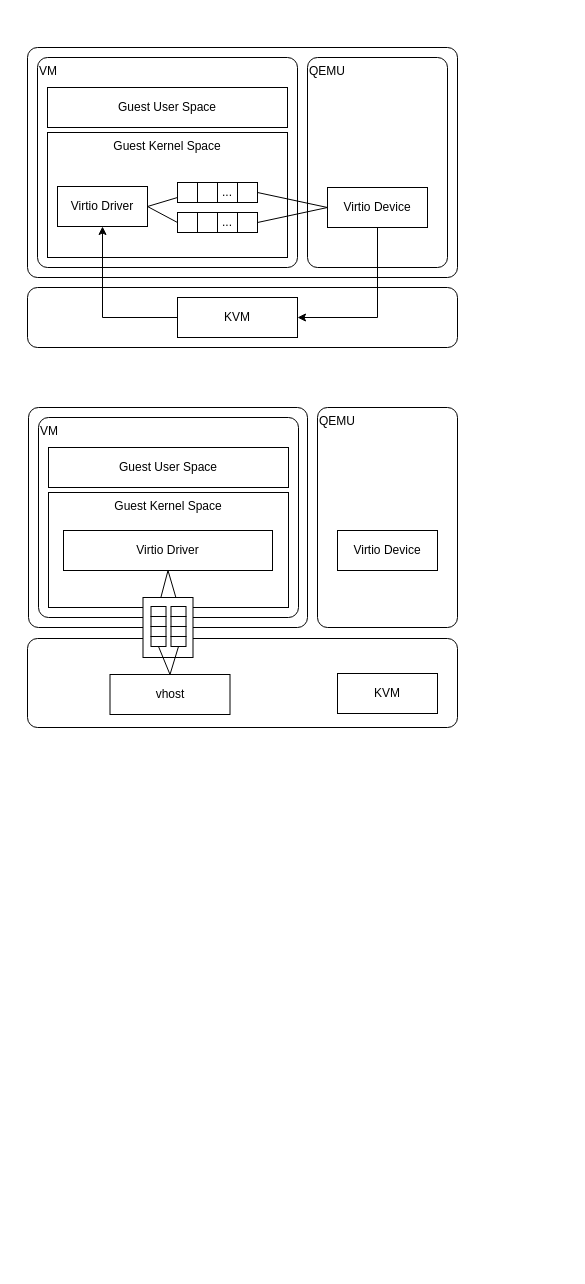
The draw.io diagram page "vhost" (6 of 6) of virtio.drawio in Aspiresky/draw.io, before the edit. Source tidied: cells renumbered, new cells numbered last; positions are measured from the earlier drawing's top-left corner, leaving out a move shared by most shapes. Both pictures are drawn from the tidied source at 100%, with x=0, y=0 at pixel (27, 47).
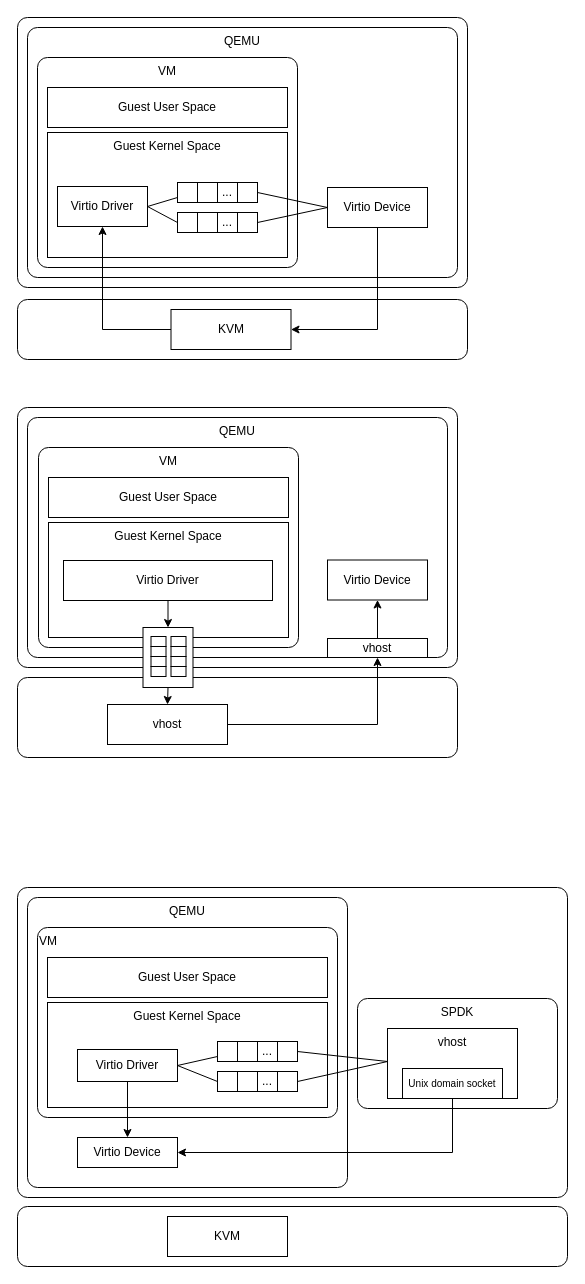
Above is the later version.

The change refers to these unchanged cells:
```xml
<mxCell id="21" value="Virtio Driver" style="rounded=0;whiteSpace=wrap;html=1;align=center;" parent="1" vertex="1">
  <mxGeometry x="30" y="139" width="90" height="40" as="geometry" />
</mxCell>
<mxCell id="32" value="Virtio Device" style="rounded=0;whiteSpace=wrap;html=1;" parent="1" vertex="1">
  <mxGeometry x="300" y="140" width="100" height="40" as="geometry" />
</mxCell>
<mxCell id="42" style="rounded=0;whiteSpace=wrap;html=1;" parent="1" vertex="1">
  <mxGeometry x="123.5" y="589" width="15" height="10" as="geometry" />
</mxCell>
<mxCell id="47" style="rounded=0;whiteSpace=wrap;html=1;" parent="1" vertex="1">
  <mxGeometry x="143.5" y="589" width="15" height="10" as="geometry" />
</mxCell>
```

Diff of the diagram source:
```diff
@@
-    <mxCell id="2" style="rounded=1;whiteSpace=wrap;html=1;absoluteArcSize=1;" parent="1" vertex="1">
-      <mxGeometry y="591" width="430" height="89" as="geometry" />
-    </mxCell>
-    <mxCell id="3" value="vhost" style="rounded=0;whiteSpace=wrap;html=1;" parent="1" vertex="1">
-      <mxGeometry x="82.5" y="627" width="120" height="40" as="geometry" />
-    </mxCell>
-    <mxCell id="4" value="KVM" style="rounded=0;whiteSpace=wrap;html=1;" parent="1" vertex="1">
-      <mxGeometry x="310" y="626" width="100" height="40" as="geometry" />
-    </mxCell>
-    <mxCell id="5" style="rounded=1;whiteSpace=wrap;html=1;absoluteArcSize=1;align=left;verticalAlign=middle;horizontal=1;textDirection=rtl;" parent="1" vertex="1">
-      <mxGeometry x="1" y="360" width="279" height="220" as="geometry" />
-    </mxCell>
-    <mxCell id="6" value="QEMU" style="rounded=1;whiteSpace=wrap;html=1;absoluteArcSize=1;align=left;verticalAlign=top;" parent="1" vertex="1">
-      <mxGeometry x="290" y="360" width="140" height="220" as="geometry" />
-    </mxCell>
-    <mxCell id="7" value="VM" style="rounded=1;whiteSpace=wrap;html=1;absoluteArcSize=1;align=left;verticalAlign=top;" parent="1" vertex="1">
-      <mxGeometry x="11" y="370" width="260" height="200" as="geometry" />
-    </mxCell>
-    <mxCell id="8" value="Guest User Space" style="rounded=0;whiteSpace=wrap;html=1;" parent="1" vertex="1">
-      <mxGeometry x="21" y="400" width="240" height="40" as="geometry" />
-    </mxCell>
-    <mxCell id="9" value="Guest Kernel Space" style="rounded=0;whiteSpace=wrap;html=1;verticalAlign=top;" parent="1" vertex="1">
-      <mxGeometry x="21" y="445" width="240" height="115" as="geometry" />
-    </mxCell>
-    <mxCell id="10" style="rounded=0;jettySize=auto;html=1;exitX=0.5;exitY=1;exitDx=0;exitDy=0;entryX=0.5;entryY=0;entryDx=0;entryDy=0;" parent="1" edge="1" source="12" target="38">
-      <mxGeometry relative="1" as="geometry" />
-    </mxCell>
-    <mxCell id="11" style="rounded=0;jettySize=auto;html=1;exitX=0.5;exitY=1;exitDx=0;exitDy=0;entryX=0.5;entryY=0;entryDx=0;entryDy=0;" parent="1" edge="1" source="12" target="43">
-      <mxGeometry relative="1" as="geometry" />
-    </mxCell>
-    <mxCell id="12" value="Virtio Driver" style="rounded=0;whiteSpace=wrap;html=1;align=center;" parent="1" vertex="1">
-      <mxGeometry x="36" y="483" width="209" height="40" as="geometry" />
-    </mxCell>
-    <mxCell id="13" value="Virtio Device" style="rounded=0;whiteSpace=wrap;html=1;" parent="1" vertex="1">
-      <mxGeometry x="310" y="483" width="100" height="40" as="geometry" />
-    </mxCell>
-    <mxCell id="14" style="rounded=1;whiteSpace=wrap;html=1;absoluteArcSize=1;align=left;verticalAlign=middle;horizontal=1;textDirection=rtl;" parent="1" vertex="1">
-      <mxGeometry width="430" height="230" as="geometry" />
-    </mxCell>
-    <mxCell id="15" value="QEMU" style="rounded=1;whiteSpace=wrap;html=1;absoluteArcSize=1;align=left;verticalAlign=top;" parent="1" vertex="1">
-      <mxGeometry x="280" y="10" width="140" height="210" as="geometry" />
-    </mxCell>
-    <mxCell id="16" value="VM" style="rounded=1;whiteSpace=wrap;html=1;absoluteArcSize=1;align=left;verticalAlign=top;" parent="1" vertex="1">
-      <mxGeometry x="10" y="10" width="260" height="210" as="geometry" />
-    </mxCell>
+    <mxCell id="48" style="rounded=1;whiteSpace=wrap;html=1;absoluteArcSize=1;" parent="1" vertex="1">
+      <mxGeometry x="-10" y="1159" width="550" height="60" as="geometry" />
+    </mxCell>
+    <mxCell id="49" value="KVM" style="rounded=0;whiteSpace=wrap;html=1;" parent="1" vertex="1">
+      <mxGeometry x="140" y="1169" width="120" height="40" as="geometry" />
+    </mxCell>
+    <mxCell id="50" style="rounded=1;whiteSpace=wrap;html=1;absoluteArcSize=1;" parent="1" vertex="1">
+      <mxGeometry x="-10" y="-30" width="450" height="270" as="geometry" />
+    </mxCell>
+    <mxCell id="51" value="QEMU" style="rounded=1;whiteSpace=wrap;html=1;absoluteArcSize=1;align=center;verticalAlign=top;horizontal=1;textDirection=rtl;" parent="1" vertex="1">
+      <mxGeometry y="-20" width="430" height="250" as="geometry" />
+    </mxCell>
+    <mxCell id="52" value="VM" style="rounded=1;whiteSpace=wrap;html=1;absoluteArcSize=1;align=center;verticalAlign=top;" parent="1" vertex="1">
+      <mxGeometry x="10" y="10" width="260" height="210" as="geometry" />
+    </mxCell>
@@
-    <mxCell id="33" style="rounded=1;whiteSpace=wrap;html=1;absoluteArcSize=1;" parent="1" vertex="1">
-      <mxGeometry y="240" width="430" height="60" as="geometry" />
-    </mxCell>
-    <mxCell id="34" style="edgeStyle=orthogonalEdgeStyle;rounded=0;jettySize=auto;html=1;exitX=0;exitY=0.5;exitDx=0;exitDy=0;entryX=0.5;entryY=1;entryDx=0;entryDy=0;" parent="1" edge="1" source="35" target="21">
-      <mxGeometry relative="1" as="geometry" />
-    </mxCell>
-    <mxCell id="35" value="KVM" style="rounded=0;whiteSpace=wrap;html=1;" parent="1" vertex="1">
-      <mxGeometry x="150" y="250" width="120" height="40" as="geometry" />
-    </mxCell>
-    <mxCell id="36" style="edgeStyle=orthogonalEdgeStyle;rounded=0;jettySize=auto;html=1;exitX=0.5;exitY=1;exitDx=0;exitDy=0;entryX=1;entryY=0.5;entryDx=0;entryDy=0;" parent="1" edge="1" target="35">
-      <mxGeometry relative="1" as="geometry">
-        <mxPoint x="350" y="180" as="sourcePoint" />
-        <Array as="points">
-          <mxPoint x="350" y="270" />
-        </Array>
-      </mxGeometry>
-    </mxCell>
-    <mxCell id="37" style="rounded=0;whiteSpace=wrap;html=1;absoluteArcSize=1;align=left;verticalAlign=top;" parent="1" vertex="1">
-      <mxGeometry x="115.5" y="550" width="50" height="60" as="geometry" />
-    </mxCell>
-    <mxCell id="38" style="rounded=0;whiteSpace=wrap;html=1;" parent="1" vertex="1">
-      <mxGeometry x="123.5" y="559" width="15" height="10" as="geometry" />
-    </mxCell>
-    <mxCell id="39" style="rounded=0;whiteSpace=wrap;html=1;" parent="1" vertex="1">
-      <mxGeometry x="123.5" y="569" width="15" height="10" as="geometry" />
-    </mxCell>
-    <mxCell id="40" style="rounded=0;whiteSpace=wrap;html=1;horizontal=1;verticalAlign=middle;" parent="1" vertex="1">
-      <mxGeometry x="123.5" y="579" width="15" height="10" as="geometry" />
-    </mxCell>
-    <mxCell id="41" style="rounded=0;jettySize=auto;html=1;exitX=0.5;exitY=1;exitDx=0;exitDy=0;entryX=0.5;entryY=0;entryDx=0;entryDy=0;endArrow=none;endFill=0;" parent="1" edge="1" source="42" target="3">
-      <mxGeometry relative="1" as="geometry" />
-    </mxCell>
+    <mxCell id="53" style="rounded=1;whiteSpace=wrap;html=1;absoluteArcSize=1;" parent="1" vertex="1">
+      <mxGeometry x="-10" y="252" width="450" height="60" as="geometry" />
+    </mxCell>
+    <mxCell id="54" style="edgeStyle=orthogonalEdgeStyle;rounded=0;jettySize=auto;html=1;exitX=0;exitY=0.5;exitDx=0;exitDy=0;entryX=0.5;entryY=1;entryDx=0;entryDy=0;" parent="1" edge="1" source="55" target="21">
+      <mxGeometry relative="1" as="geometry" />
+    </mxCell>
+    <mxCell id="55" value="KVM" style="rounded=0;whiteSpace=wrap;html=1;" parent="1" vertex="1">
+      <mxGeometry x="143.5" y="262" width="120" height="40" as="geometry" />
+    </mxCell>
+    <mxCell id="56" style="edgeStyle=orthogonalEdgeStyle;rounded=0;jettySize=auto;html=1;exitX=0.5;exitY=1;exitDx=0;exitDy=0;entryX=1;entryY=0.5;entryDx=0;entryDy=0;" parent="1" edge="1" source="32" target="55">
+      <mxGeometry relative="1" as="geometry">
+        <Array as="points">
+          <mxPoint x="350" y="282" />
+        </Array>
+      </mxGeometry>
+    </mxCell>
+    <mxCell id="57" style="rounded=1;whiteSpace=wrap;html=1;absoluteArcSize=1;" parent="1" vertex="1">
+      <mxGeometry x="-10" y="840" width="550" height="310" as="geometry" />
+    </mxCell>
+    <mxCell id="58" value="QEMU" style="rounded=1;whiteSpace=wrap;html=1;absoluteArcSize=1;align=center;verticalAlign=top;horizontal=1;textDirection=rtl;" parent="1" vertex="1">
+      <mxGeometry y="850" width="320" height="290" as="geometry" />
+    </mxCell>
+    <mxCell id="59" value="VM" style="rounded=1;whiteSpace=wrap;html=1;absoluteArcSize=1;align=left;verticalAlign=top;" parent="1" vertex="1">
+      <mxGeometry x="10" y="880" width="300" height="190" as="geometry" />
+    </mxCell>
+    <mxCell id="60" value="Guest User Space" style="rounded=0;whiteSpace=wrap;html=1;" parent="1" vertex="1">
+      <mxGeometry x="20" y="910" width="280" height="40" as="geometry" />
+    </mxCell>
+    <mxCell id="61" value="Guest Kernel Space" style="rounded=0;whiteSpace=wrap;html=1;verticalAlign=top;" parent="1" vertex="1">
+      <mxGeometry x="20" y="955" width="280" height="105" as="geometry" />
+    </mxCell>
+    <mxCell id="62" style="rounded=0;jettySize=auto;html=1;exitX=1;exitY=0.5;exitDx=0;exitDy=0;entryX=0;entryY=0.75;entryDx=0;entryDy=0;endArrow=none;endFill=0;" parent="1" edge="1" source="65" target="66">
+      <mxGeometry relative="1" as="geometry" />
+    </mxCell>
+    <mxCell id="63" style="rounded=0;jettySize=auto;html=1;exitX=1;exitY=0.5;exitDx=0;exitDy=0;entryX=0;entryY=0.5;entryDx=0;entryDy=0;endArrow=none;endFill=0;" parent="1" edge="1" source="65" target="70">
+      <mxGeometry relative="1" as="geometry" />
+    </mxCell>
+    <mxCell id="64" style="edgeStyle=orthogonalEdgeStyle;rounded=0;jettySize=auto;html=1;exitX=0.5;exitY=1;exitDx=0;exitDy=0;entryX=0.5;entryY=0;entryDx=0;entryDy=0;" parent="1" edge="1" source="65" target="74">
+      <mxGeometry relative="1" as="geometry" />
+    </mxCell>
+    <mxCell id="65" value="Virtio Driver" style="rounded=0;whiteSpace=wrap;html=1;align=center;" parent="1" vertex="1">
+      <mxGeometry x="50" y="1002" width="100" height="32" as="geometry" />
+    </mxCell>
+    <mxCell id="66" style="rounded=0;whiteSpace=wrap;html=1;" parent="1" vertex="1">
+      <mxGeometry x="190" y="994" width="20" height="20" as="geometry" />
+    </mxCell>
+    <mxCell id="67" style="rounded=0;whiteSpace=wrap;html=1;" parent="1" vertex="1">
+      <mxGeometry x="210" y="994" width="20" height="20" as="geometry" />
+    </mxCell>
+    <mxCell id="68" value="..." style="rounded=0;whiteSpace=wrap;html=1;" parent="1" vertex="1">
+      <mxGeometry x="230" y="994" width="20" height="20" as="geometry" />
+    </mxCell>
+    <mxCell id="69" style="rounded=0;whiteSpace=wrap;html=1;" parent="1" vertex="1">
+      <mxGeometry x="250" y="994" width="20" height="20" as="geometry" />
+    </mxCell>
+    <mxCell id="70" style="rounded=0;whiteSpace=wrap;html=1;" parent="1" vertex="1">
+      <mxGeometry x="190" y="1024" width="20" height="20" as="geometry" />
+    </mxCell>
+    <mxCell id="71" style="rounded=0;whiteSpace=wrap;html=1;" parent="1" vertex="1">
+      <mxGeometry x="210" y="1024" width="20" height="20" as="geometry" />
+    </mxCell>
+    <mxCell id="72" value="..." style="rounded=0;whiteSpace=wrap;html=1;" parent="1" vertex="1">
+      <mxGeometry x="230" y="1024" width="20" height="20" as="geometry" />
+    </mxCell>
+    <mxCell id="73" style="rounded=0;whiteSpace=wrap;html=1;" parent="1" vertex="1">
+      <mxGeometry x="250" y="1024" width="20" height="20" as="geometry" />
+    </mxCell>
+    <mxCell id="74" value="Virtio Device" style="rounded=0;whiteSpace=wrap;html=1;" parent="1" vertex="1">
+      <mxGeometry x="50" y="1090" width="100" height="30" as="geometry" />
+    </mxCell>
+    <mxCell id="75" value="SPDK" style="rounded=1;whiteSpace=wrap;html=1;absoluteArcSize=1;align=center;verticalAlign=top;horizontal=1;textDirection=rtl;" parent="1" vertex="1">
+      <mxGeometry x="330" y="951" width="200" height="110" as="geometry" />
+    </mxCell>
+    <mxCell id="76" value="vhost" style="rounded=0;whiteSpace=wrap;html=1;verticalAlign=top;" parent="1" vertex="1">
+      <mxGeometry x="360" y="981" width="130" height="70" as="geometry" />
+    </mxCell>
+    <mxCell id="77" style="edgeStyle=orthogonalEdgeStyle;rounded=0;jettySize=auto;html=1;exitX=0.5;exitY=1;exitDx=0;exitDy=0;entryX=1;entryY=0.5;entryDx=0;entryDy=0;" parent="1" edge="1" source="78" target="74">
+      <mxGeometry relative="1" as="geometry" />
+    </mxCell>
+    <mxCell id="78" value="Unix domain socket" style="rounded=0;whiteSpace=wrap;html=1;fontSize=10;" parent="1" vertex="1">
+      <mxGeometry x="375" y="1021" width="100" height="30" as="geometry" />
+    </mxCell>
+    <mxCell id="79" style="rounded=0;orthogonalLoop=1;jettySize=auto;html=1;endArrow=none;endFill=0;" parent="1" edge="1">
+      <mxGeometry relative="1" as="geometry">
+        <mxPoint x="270" y="1004" as="sourcePoint" />
+        <mxPoint x="360" y="1014" as="targetPoint" />
+      </mxGeometry>
+    </mxCell>
+    <mxCell id="80" style="rounded=0;orthogonalLoop=1;jettySize=auto;html=1;entryX=0;entryY=0.5;entryDx=0;entryDy=0;endArrow=none;endFill=0;" parent="1" edge="1">
+      <mxGeometry relative="1" as="geometry">
+        <mxPoint x="270" y="1034" as="sourcePoint" />
+        <mxPoint x="360" y="1014" as="targetPoint" />
+      </mxGeometry>
+    </mxCell>
+    <mxCell id="81" style="rounded=1;whiteSpace=wrap;html=1;absoluteArcSize=1;" parent="1" vertex="1">
+      <mxGeometry x="-10" y="360" width="440" height="260" as="geometry" />
+    </mxCell>
+    <mxCell id="82" style="rounded=1;whiteSpace=wrap;html=1;absoluteArcSize=1;" parent="1" vertex="1">
+      <mxGeometry x="-10" y="630" width="440" height="80" as="geometry" />
+    </mxCell>
+    <mxCell id="83" style="edgeStyle=orthogonalEdgeStyle;rounded=0;jettySize=auto;html=1;exitX=1;exitY=0.5;exitDx=0;exitDy=0;entryX=0.5;entryY=1;entryDx=0;entryDy=0;" parent="1" edge="1" source="84" target="101">
+      <mxGeometry relative="1" as="geometry" />
+    </mxCell>
+    <mxCell id="84" value="vhost" style="rounded=0;whiteSpace=wrap;html=1;" parent="1" vertex="1">
+      <mxGeometry x="80" y="657" width="120" height="40" as="geometry" />
+    </mxCell>
+    <mxCell id="85" value="QEMU" style="rounded=1;whiteSpace=wrap;html=1;absoluteArcSize=1;align=center;verticalAlign=top;horizontal=1;textDirection=rtl;" parent="1" vertex="1">
+      <mxGeometry y="370" width="420" height="240" as="geometry" />
+    </mxCell>
+    <mxCell id="86" value="VM" style="rounded=1;whiteSpace=wrap;html=1;absoluteArcSize=1;align=center;verticalAlign=top;" parent="1" vertex="1">
+      <mxGeometry x="11" y="400" width="260" height="200" as="geometry" />
+    </mxCell>
+    <mxCell id="87" value="Guest User Space" style="rounded=0;whiteSpace=wrap;html=1;" parent="1" vertex="1">
+      <mxGeometry x="21" y="430" width="240" height="40" as="geometry" />
+    </mxCell>
+    <mxCell id="88" value="Guest Kernel Space" style="rounded=0;whiteSpace=wrap;html=1;verticalAlign=top;" parent="1" vertex="1">
+      <mxGeometry x="21" y="475" width="240" height="115" as="geometry" />
+    </mxCell>
+    <mxCell id="89" style="edgeStyle=orthogonalEdgeStyle;rounded=0;jettySize=auto;html=1;exitX=0.5;exitY=1;exitDx=0;exitDy=0;entryX=0.5;entryY=0;entryDx=0;entryDy=0;" parent="1" edge="1" source="90" target="93">
+      <mxGeometry relative="1" as="geometry" />
+    </mxCell>
+    <mxCell id="90" value="Virtio Driver" style="rounded=0;whiteSpace=wrap;html=1;align=center;" parent="1" vertex="1">
+      <mxGeometry x="36" y="513" width="209" height="40" as="geometry" />
+    </mxCell>
+    <mxCell id="91" value="Virtio Device" style="rounded=0;whiteSpace=wrap;html=1;" parent="1" vertex="1">
+      <mxGeometry x="300" y="512.5" width="100" height="40" as="geometry" />
+    </mxCell>
+    <mxCell id="92" style="edgeStyle=orthogonalEdgeStyle;rounded=0;jettySize=auto;html=1;exitX=0.5;exitY=1;exitDx=0;exitDy=0;entryX=0.5;entryY=0;entryDx=0;entryDy=0;" parent="1" edge="1" source="93" target="84">
+      <mxGeometry relative="1" as="geometry" />
+    </mxCell>
+    <mxCell id="93" style="rounded=0;whiteSpace=wrap;html=1;absoluteArcSize=1;align=left;verticalAlign=top;" parent="1" vertex="1">
+      <mxGeometry x="115.5" y="580" width="50" height="60" as="geometry" />
+    </mxCell>
@@
-    <mxCell id="43" style="rounded=0;whiteSpace=wrap;html=1;" parent="1" vertex="1">
-      <mxGeometry x="143.5" y="559" width="15" height="10" as="geometry" />
-    </mxCell>
-    <mxCell id="44" style="rounded=0;whiteSpace=wrap;html=1;" parent="1" vertex="1">
-      <mxGeometry x="143.5" y="569" width="15" height="10" as="geometry" />
-    </mxCell>
-    <mxCell id="45" style="rounded=0;whiteSpace=wrap;html=1;" parent="1" vertex="1">
-      <mxGeometry x="143.5" y="579" width="15" height="10" as="geometry" />
-    </mxCell>
-    <mxCell id="46" style="rounded=0;jettySize=auto;html=1;exitX=0.5;exitY=1;exitDx=0;exitDy=0;entryX=0.5;entryY=0;entryDx=0;entryDy=0;endArrow=none;endFill=0;" parent="1" edge="1" source="47" target="3">
-      <mxGeometry relative="1" as="geometry" />
-    </mxCell>
+    <mxCell id="94" style="rounded=0;whiteSpace=wrap;html=1;" parent="1" vertex="1">
+      <mxGeometry x="123.5" y="599" width="15" height="10" as="geometry" />
+    </mxCell>
+    <mxCell id="95" style="rounded=0;whiteSpace=wrap;html=1;horizontal=1;verticalAlign=middle;" parent="1" vertex="1">
+      <mxGeometry x="123.5" y="609" width="15" height="10" as="geometry" />
+    </mxCell>
+    <mxCell id="96" style="rounded=0;whiteSpace=wrap;html=1;" parent="1" vertex="1">
+      <mxGeometry x="123.5" y="619" width="15" height="10" as="geometry" />
+    </mxCell>
@@
+    <mxCell id="97" style="rounded=0;whiteSpace=wrap;html=1;" parent="1" vertex="1">
+      <mxGeometry x="143.5" y="599" width="15" height="10" as="geometry" />
+    </mxCell>
+    <mxCell id="98" style="rounded=0;whiteSpace=wrap;html=1;" parent="1" vertex="1">
+      <mxGeometry x="143.5" y="609" width="15" height="10" as="geometry" />
+    </mxCell>
+    <mxCell id="99" style="rounded=0;whiteSpace=wrap;html=1;" parent="1" vertex="1">
+      <mxGeometry x="143.5" y="619" width="15" height="10" as="geometry" />
+    </mxCell>
+    <mxCell id="100" style="edgeStyle=orthogonalEdgeStyle;rounded=0;jettySize=auto;html=1;exitX=0.5;exitY=0;exitDx=0;exitDy=0;entryX=0.5;entryY=1;entryDx=0;entryDy=0;" parent="1" edge="1" source="101" target="91">
+      <mxGeometry relative="1" as="geometry" />
+    </mxCell>
+    <mxCell id="101" value="vhost" style="rounded=0;whiteSpace=wrap;html=1;" parent="1" vertex="1">
+      <mxGeometry x="300" y="591" width="100" height="19" as="geometry" />
+    </mxCell>
```
